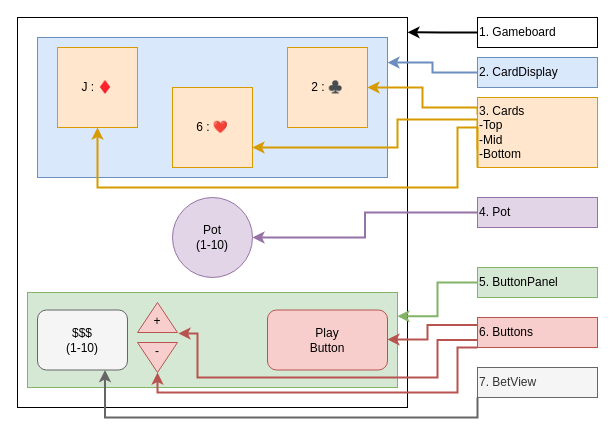
This is mockup.drawio from Jaybird9er/InBetweenToGo, a draw.io file, before an edit. Source tidied: cells renumbered, new cells numbered last; positions are measured from the earlier drawing's top-left corner, leaving out a move shared by most shapes. Both pictures are drawn from the tidied source at 100%, with x=0, y=0 at pixel (17, 17).
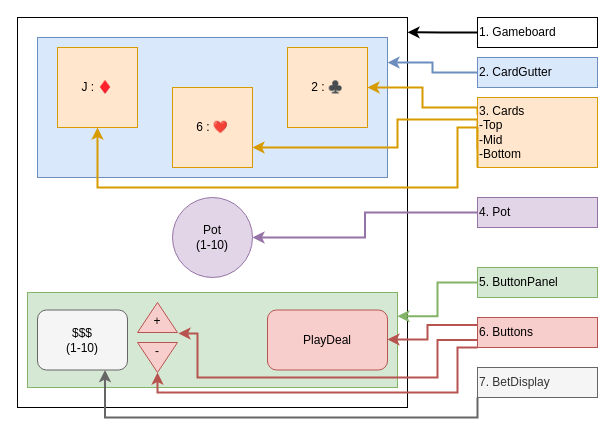
After the change.

Diff of the diagram source:
```diff
@@
-    <mxCell id="11" value="Play Button" style="text;html=1;align=center;verticalAlign=middle;whiteSpace=wrap;rounded=0;" parent="1" vertex="1">
+    <mxCell id="11" value="PlayDeal" style="text;html=1;align=center;verticalAlign=middle;whiteSpace=wrap;rounded=0;" parent="1" vertex="1">
       <mxGeometry x="280" y="307.5" width="60" height="30" as="geometry" />
     </mxCell>
@@
-    <mxCell id="21" value="2. CardDisplay" style="text;html=1;align=left;verticalAlign=middle;whiteSpace=wrap;rounded=0;strokeColor=#6c8ebf;fillColor=#dae8fc;" parent="1" vertex="1">
+    <mxCell id="21" value="2. CardGutter" style="text;html=1;align=left;verticalAlign=middle;whiteSpace=wrap;rounded=0;strokeColor=#6c8ebf;fillColor=#dae8fc;" parent="1" vertex="1">
       <mxGeometry x="460" y="40" width="120" height="30" as="geometry" />
     </mxCell>
@@
-    <mxCell id="36" value="7. BetView" style="text;html=1;align=left;verticalAlign=middle;whiteSpace=wrap;rounded=0;strokeColor=#666666;fillColor=#f5f5f5;fontColor=#333333;" parent="1" vertex="1">
+    <mxCell id="36" value="7. BetDisplay" style="text;html=1;align=left;verticalAlign=middle;whiteSpace=wrap;rounded=0;strokeColor=#666666;fillColor=#f5f5f5;fontColor=#333333;" parent="1" vertex="1">
       <mxGeometry x="460" y="350" width="120" height="30" as="geometry" />
     </mxCell>
```
